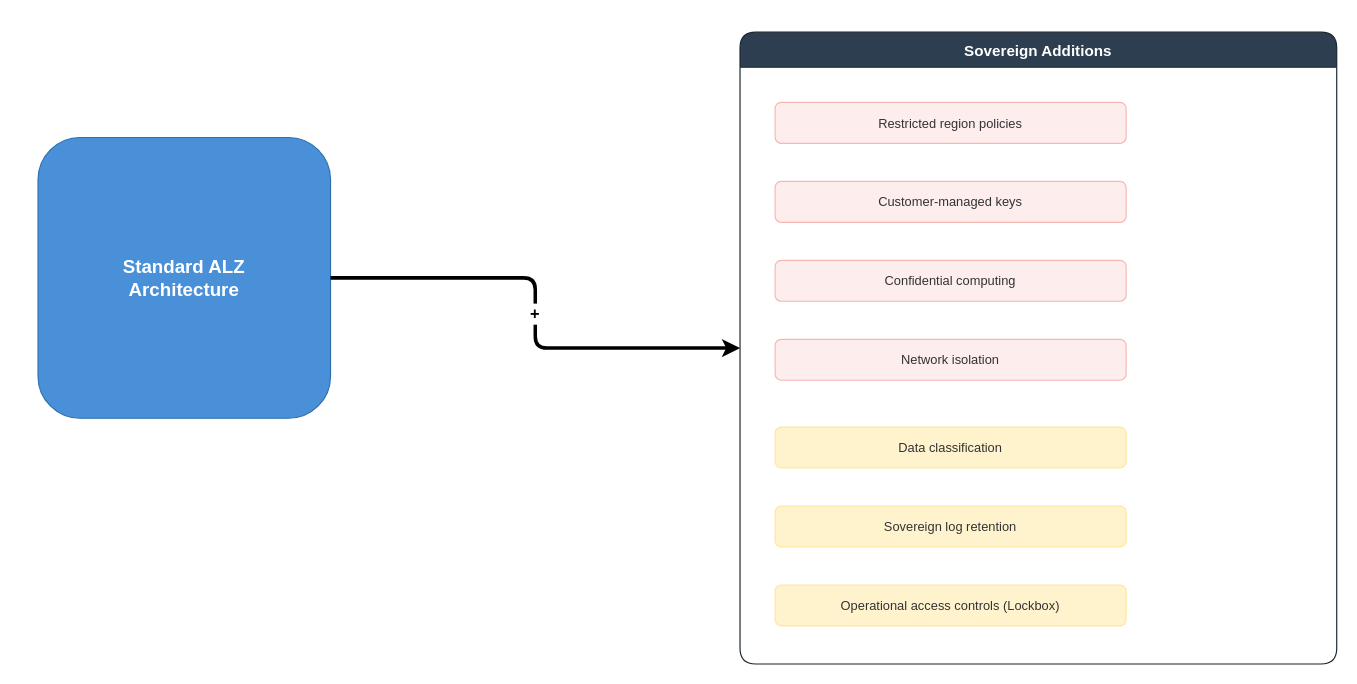
Earlier version of the draw.io diagram images/sovereign-lz-additions.drawio (ricmmartins/azure-governance-made-simple). Source tidied: cells renumbered, new cells numbered last; positions are measured from the earlier drawing's top-left corner, leaving out a move shared by most shapes. Both pictures are drawn from the tidied source at 117%, with x=0, y=0 at pixel (37, 32).
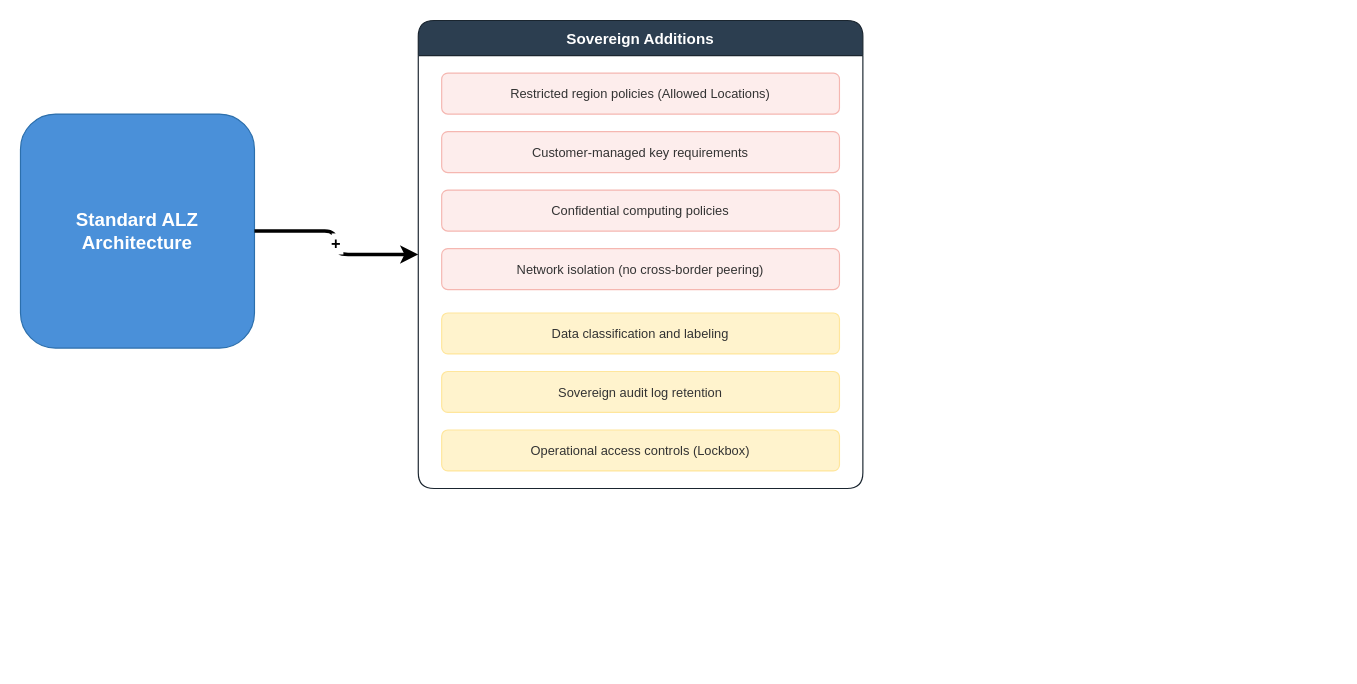
After the change.

Change to the diagram source:
```diff
@@
 <mxGraphModel>
   <root>
     <mxCell id="0" />
     <mxCell id="1" parent="0" />
     <mxCell id="2" value="Standard ALZ&lt;br&gt;Architecture" style="rounded=1;whiteSpace=wrap;fillColor=#4A90D9;fontColor=#FFFFFF;strokeColor=#2C6FAC;fontSize=16;fontStyle=1;html=1;" parent="1" vertex="1">
-      <mxGeometry y="90" width="250" height="240" as="geometry" />
+      <mxGeometry x="-15" y="70" width="200" height="200" as="geometry" />
     </mxCell>
     <mxCell id="3" value="Sovereign Additions" style="swimlane;startSize=30;fillColor=#2C3E50;fontColor=#FFFFFF;strokeColor=#1A252F;fontSize=13;fontStyle=1;rounded=1;" parent="1" vertex="1">
-      <mxGeometry x="600" width="510" height="540" as="geometry" />
+      <mxGeometry x="325" y="-10" width="380" height="400" as="geometry" />
     </mxCell>
-    <mxCell id="4" value="Restricted region policies" style="rounded=1;whiteSpace=wrap;fillColor=#FDEDEC;fontColor=#333333;strokeColor=#F5B7B1;fontSize=11;" parent="3" vertex="1">
-      <mxGeometry x="30" y="60" width="300" height="35" as="geometry" />
+    <mxCell id="4" value="Restricted region policies (Allowed Locations)" style="rounded=1;whiteSpace=wrap;fillColor=#FDEDEC;fontColor=#333333;strokeColor=#F5B7B1;fontSize=11;" parent="3" vertex="1">
+      <mxGeometry x="20" y="45" width="340" height="35" as="geometry" />
     </mxCell>
-    <mxCell id="5" value="Customer-managed keys" style="rounded=1;whiteSpace=wrap;fillColor=#FDEDEC;fontColor=#333333;strokeColor=#F5B7B1;fontSize=11;" parent="3" vertex="1">
-      <mxGeometry x="30" y="127.5" width="300" height="35" as="geometry" />
+    <mxCell id="5" value="Customer-managed key requirements" style="rounded=1;whiteSpace=wrap;fillColor=#FDEDEC;fontColor=#333333;strokeColor=#F5B7B1;fontSize=11;" parent="3" vertex="1">
+      <mxGeometry x="20" y="95" width="340" height="35" as="geometry" />
     </mxCell>
-    <mxCell id="6" value="Confidential computing" style="rounded=1;whiteSpace=wrap;fillColor=#FDEDEC;fontColor=#333333;strokeColor=#F5B7B1;fontSize=11;" parent="3" vertex="1">
-      <mxGeometry x="30" y="195" width="300" height="35" as="geometry" />
+    <mxCell id="6" value="Confidential computing policies" style="rounded=1;whiteSpace=wrap;fillColor=#FDEDEC;fontColor=#333333;strokeColor=#F5B7B1;fontSize=11;" parent="3" vertex="1">
+      <mxGeometry x="20" y="145" width="340" height="35" as="geometry" />
     </mxCell>
-    <mxCell id="7" value="Network isolation" style="rounded=1;whiteSpace=wrap;fillColor=#FDEDEC;fontColor=#333333;strokeColor=#F5B7B1;fontSize=11;" parent="3" vertex="1">
-      <mxGeometry x="30" y="262.5" width="300" height="35" as="geometry" />
+    <mxCell id="7" value="Network isolation (no cross-border peering)" style="rounded=1;whiteSpace=wrap;fillColor=#FDEDEC;fontColor=#333333;strokeColor=#F5B7B1;fontSize=11;" parent="3" vertex="1">
+      <mxGeometry x="20" y="195" width="340" height="35" as="geometry" />
     </mxCell>
-    <mxCell id="8" value="Data classification" style="rounded=1;whiteSpace=wrap;fillColor=#FFF3CD;fontColor=#333333;strokeColor=#FFE69C;fontSize=11;" parent="3" vertex="1">
-      <mxGeometry x="30" y="337.5" width="300" height="35" as="geometry" />
+    <mxCell id="8" value="Data classification and labeling" style="rounded=1;whiteSpace=wrap;fillColor=#FFF3CD;fontColor=#333333;strokeColor=#FFE69C;fontSize=11;" parent="3" vertex="1">
+      <mxGeometry x="20" y="250" width="340" height="35" as="geometry" />
     </mxCell>
-    <mxCell id="9" value="Sovereign log retention" style="rounded=1;whiteSpace=wrap;fillColor=#FFF3CD;fontColor=#333333;strokeColor=#FFE69C;fontSize=11;" parent="3" vertex="1">
-      <mxGeometry x="30" y="405" width="300" height="35" as="geometry" />
+    <mxCell id="9" value="Sovereign audit log retention" style="rounded=1;whiteSpace=wrap;fillColor=#FFF3CD;fontColor=#333333;strokeColor=#FFE69C;fontSize=11;" parent="3" vertex="1">
+      <mxGeometry x="20" y="300" width="340" height="35" as="geometry" />
     </mxCell>
     <mxCell id="10" value="Operational access controls (Lockbox)" style="rounded=1;whiteSpace=wrap;fillColor=#FFF3CD;fontColor=#333333;strokeColor=#FFE69C;fontSize=11;" parent="3" vertex="1">
-      <mxGeometry x="30" y="472.5" width="300" height="35" as="geometry" />
+      <mxGeometry x="20" y="350" width="340" height="35" as="geometry" />
     </mxCell>
     <mxCell id="11" value="+" style="edgeStyle=orthogonalEdgeStyle;rounded=1;strokeWidth=3;fontSize=14;fontStyle=1;exitX=1;exitY=0.5;exitDx=0;exitDy=0;entryX=0;entryY=0.5;entryDx=0;entryDy=0;" parent="1" edge="1" source="2" target="3">
       <mxGeometry relative="1" as="geometry" />
     </mxCell>
   </root>
 </mxGraphModel>
```
